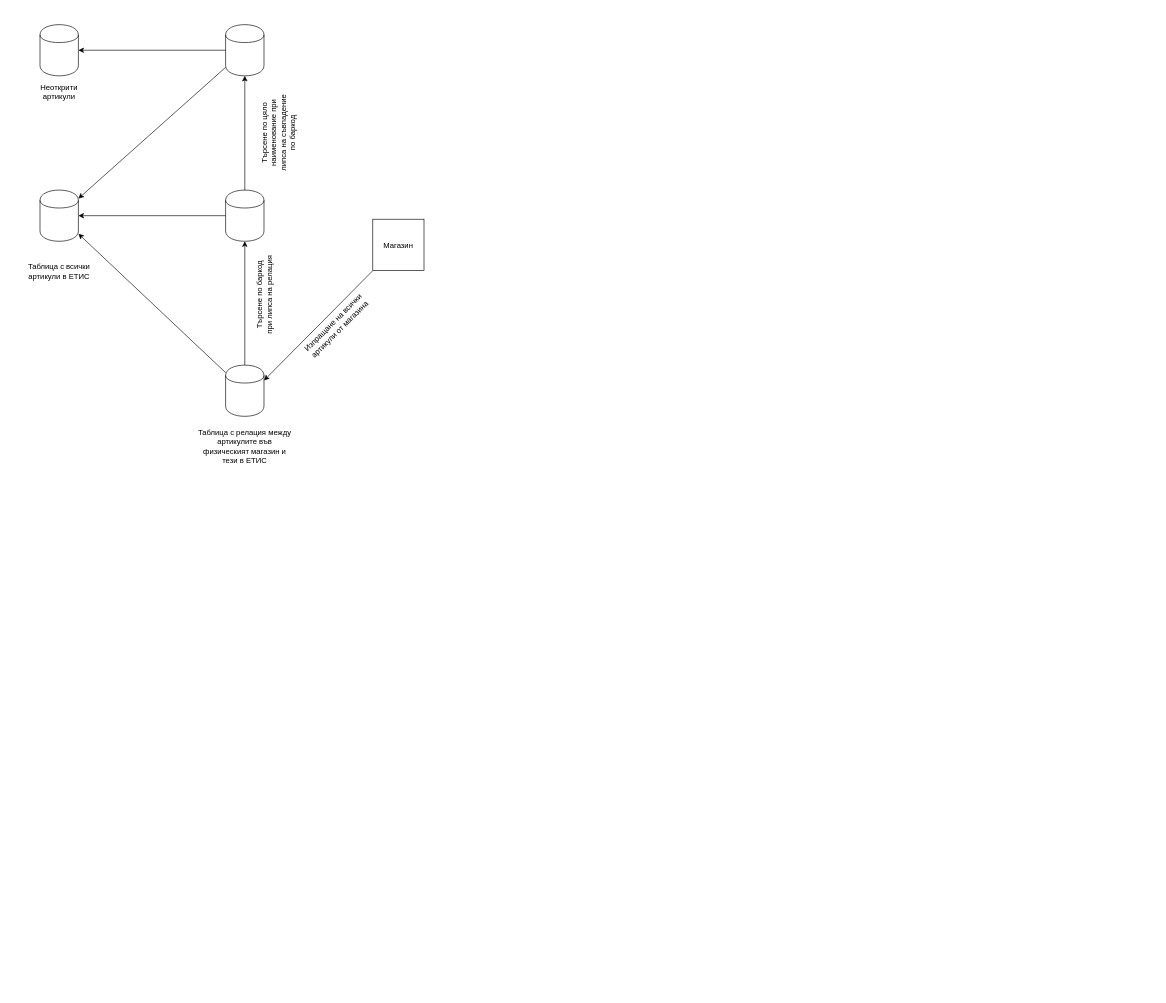
georgikolev7/etis-process-workflow keeps this draw.io diagram as Схема на ЕТИС.drawio. Above is the earlier version. Source tidied: cells renumbered, new cells numbered last; positions are measured from the earlier drawing's top-left corner, leaving out a move shared by most shapes. Both pictures are drawn from the tidied source at 64%, with x=0, y=0 at pixel (11, 24).
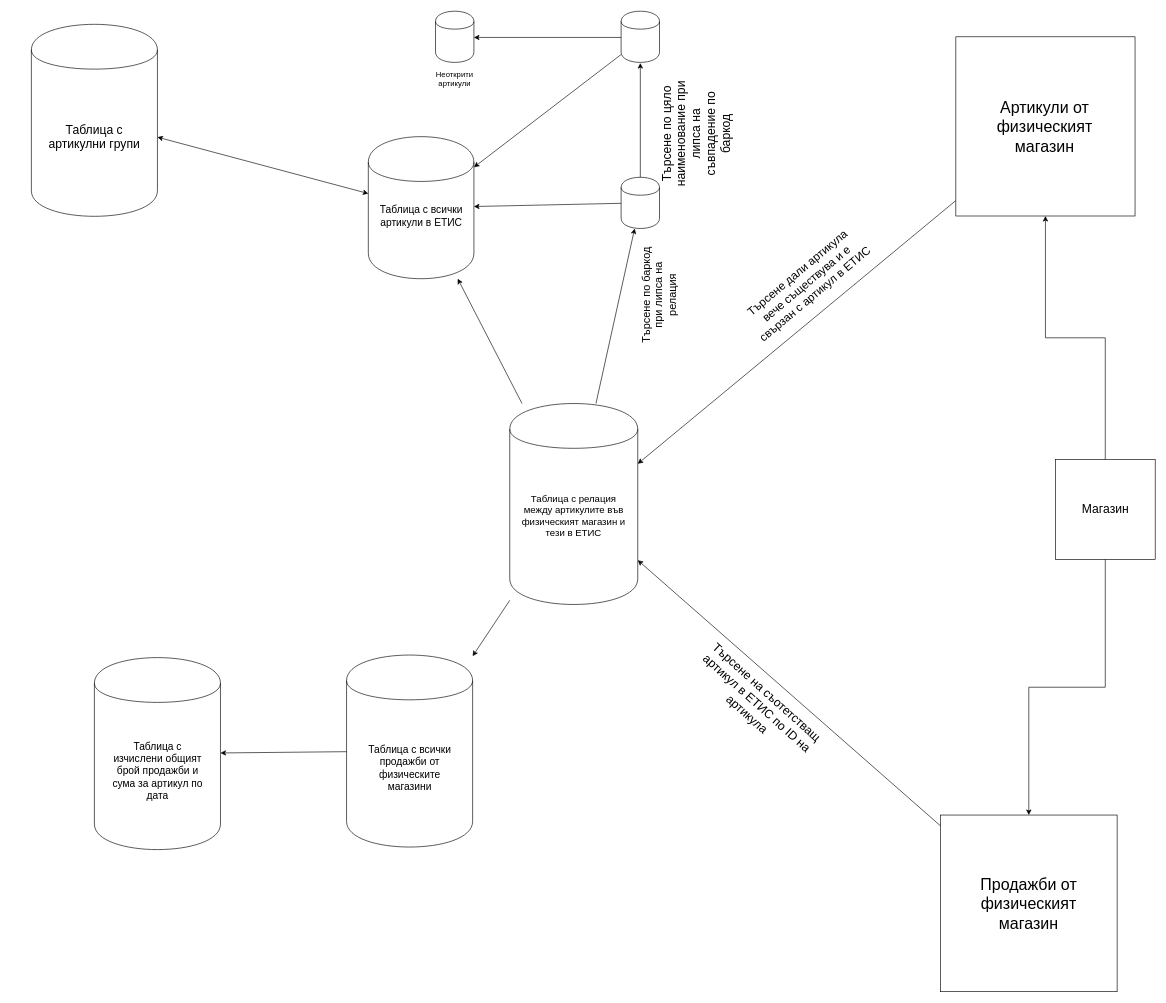
The same page after the edit.

Diff of the diagram source:
```diff
@@
     <mxCell id="2" style="whiteSpace=wrap;html=1;" parent="1" vertex="1">
-      <mxGeometry x="565" y="304" width="80" height="80" as="geometry" />
+      <mxGeometry x="1631.5" y="679.5" width="156" height="156" as="geometry" />
     </mxCell>
+    <mxCell id="22" style="edgeStyle=orthogonalEdgeStyle;rounded=0;jettySize=auto;html=1;" parent="1" edge="1" source="2" target="23">
+      <mxGeometry relative="1" as="geometry" />
+    </mxCell>
-    <mxCell id="3" value="Магазин&lt;br&gt;" style="text;html=1;strokeColor=none;fillColor=none;align=center;verticalAlign=middle;whiteSpace=wrap;rounded=0;" parent="1" vertex="1">
-      <mxGeometry x="585" y="334.5" width="40" height="20" as="geometry" />
+    <mxCell id="3" value="Магазин&lt;br style=&quot;font-size: 19px;&quot;&gt;" style="text;html=1;strokeColor=none;fillColor=none;align=center;verticalAlign=middle;whiteSpace=wrap;rounded=0;fontSize=19;" parent="1" vertex="1">
+      <mxGeometry x="1689.5" y="747" width="40" height="20" as="geometry" />
     </mxCell>
     <mxCell id="4" style="shape=cylinder;whiteSpace=wrap;html=1;boundedLbl=1;backgroundOutline=1;" parent="1" vertex="1">
-      <mxGeometry x="335" y="532" width="60" height="80" as="geometry" />
+      <mxGeometry x="779" y="592" width="200" height="314" as="geometry" />
     </mxCell>
-    <mxCell id="5" value="Таблица с релация между артикулите във физическият магазин и тези в ЕТИС&lt;br&gt;" style="text;html=1;strokeColor=none;fillColor=none;align=center;verticalAlign=middle;whiteSpace=wrap;rounded=0;" parent="1" vertex="1">
-      <mxGeometry x="290" y="649" width="150" height="20" as="geometry" />
+    <mxCell id="5" value="Таблица с релация между артикулите във физическият магазин и тези в ЕТИС&lt;br style=&quot;font-size: 15px;&quot;&gt;" style="text;html=1;strokeColor=none;fillColor=none;align=center;verticalAlign=middle;whiteSpace=wrap;rounded=0;fontSize=15;" parent="1" vertex="1">
+      <mxGeometry x="790" y="757" width="178" height="20" as="geometry" />
     </mxCell>
     <mxCell id="6" style="shape=cylinder;whiteSpace=wrap;html=1;boundedLbl=1;backgroundOutline=1;" parent="1" vertex="1">
-      <mxGeometry x="335" y="258.5" width="60" height="80" as="geometry" />
+      <mxGeometry x="953" y="238.5" width="60" height="80" as="geometry" />
     </mxCell>
     <mxCell id="7" style="shape=cylinder;whiteSpace=wrap;html=1;boundedLbl=1;backgroundOutline=1;" parent="1" vertex="1">
-      <mxGeometry x="335" width="60" height="80" as="geometry" />
+      <mxGeometry x="953" y="-21" width="60" height="80" as="geometry" />
     </mxCell>
-    <mxCell id="8" style="endArrow=classic;html=1;entryX=1;entryY=0.3;entryDx=0;entryDy=0;" parent="1" edge="1" source="2" target="4">
+    <mxCell id="8" style="endArrow=classic;html=1;entryX=1;entryY=0.3;entryDx=0;entryDy=0;" parent="1" edge="1" source="23" target="4">
       <mxGeometry relative="1" as="geometry" />
     </mxCell>
@@
     <mxCell id="10" style="shape=cylinder;whiteSpace=wrap;html=1;boundedLbl=1;backgroundOutline=1;" parent="1" vertex="1">
-      <mxGeometry x="45" y="258.5" width="60" height="80" as="geometry" />
+      <mxGeometry x="558" y="175" width="165" height="222" as="geometry" />
     </mxCell>
-    <mxCell id="11" value="Таблица с всички артикули в ЕТИС&lt;br&gt;" style="text;html=1;strokeColor=none;fillColor=none;align=center;verticalAlign=middle;whiteSpace=wrap;rounded=0;" parent="1" vertex="1">
-      <mxGeometry y="375.5" width="150" height="20" as="geometry" />
+    <mxCell id="11" value="Таблица с всички артикули в ЕТИС&lt;br style=&quot;font-size: 16px;&quot;&gt;" style="text;html=1;strokeColor=none;fillColor=none;align=center;verticalAlign=middle;whiteSpace=wrap;rounded=0;fontSize=16;" parent="1" vertex="1">
+      <mxGeometry x="566" y="289" width="150" height="20" as="geometry" />
     </mxCell>
-    <mxCell id="12" value="Изпращане на всички артикули от магазина&lt;br&gt;" style="text;html=1;strokeColor=none;fillColor=none;align=center;verticalAlign=middle;whiteSpace=wrap;rounded=0;rotation=-45;" parent="1" vertex="1">
-      <mxGeometry x="443.5" y="457.5" width="129" height="27" as="geometry" />
+    <mxCell id="12" value="Търсене дали артикула вече съществува и е свързан с артикул в ЕТИС&lt;br style=&quot;font-size: 18px&quot;&gt;" style="text;html=1;strokeColor=none;fillColor=none;align=center;verticalAlign=middle;whiteSpace=wrap;rounded=0;rotation=320;fontSize=18;" parent="1" vertex="1">
+      <mxGeometry x="1132" y="365" width="222" height="80" as="geometry" />
     </mxCell>
@@
-    <mxCell id="15" style="endArrow=classic;html=1;" parent="1" edge="1" source="7" target="10">
-      <mxGeometry relative="1" as="geometry" />
+    <mxCell id="15" style="endArrow=classic;html=1;" parent="1" edge="1" target="10">
+      <mxGeometry relative="1" as="geometry">
+        <mxPoint x="953" y="46.7" as="sourcePoint" />
+      </mxGeometry>
     </mxCell>
-    <mxCell id="16" style="endArrow=classic;html=1;" parent="1" edge="1" source="6" target="7">
-      <mxGeometry relative="1" as="geometry" />
+    <mxCell id="16" style="endArrow=classic;html=1;" parent="1" edge="1" source="6">
+      <mxGeometry relative="1" as="geometry">
+        <mxPoint x="983" y="60" as="targetPoint" />
+      </mxGeometry>
     </mxCell>
-    <mxCell id="17" value="Търсене по баркод при липса на релация&lt;br&gt;" style="text;html=1;strokeColor=none;fillColor=none;align=center;verticalAlign=middle;whiteSpace=wrap;rounded=0;rotation=-90;" parent="1" vertex="1">
-      <mxGeometry x="330.5" y="409" width="129" height="27" as="geometry" />
+    <mxCell id="17" value="Търсене по баркод при липса на релация&lt;br style=&quot;font-size: 17px;&quot;&gt;" style="text;html=1;strokeColor=none;fillColor=none;align=center;verticalAlign=middle;whiteSpace=wrap;rounded=0;rotation=-90;fontSize=17;" parent="1" vertex="1">
+      <mxGeometry x="928" y="409" width="169" height="27" as="geometry" />
     </mxCell>
-    <mxCell id="18" value="Търсене по цяло наименование при липса на съвпадение по баркод&lt;br&gt;" style="text;html=1;strokeColor=none;fillColor=none;align=center;verticalAlign=middle;whiteSpace=wrap;rounded=0;rotation=-90;" parent="1" vertex="1">
-      <mxGeometry x="352.5" y="156" width="129" height="27" as="geometry" />
+    <mxCell id="18" value="Търсене по цяло наименование при липса на съвпадение по баркод&lt;br style=&quot;font-size: 19px;&quot;&gt;" style="text;html=1;strokeColor=none;fillColor=none;align=center;verticalAlign=middle;whiteSpace=wrap;rounded=0;rotation=-90;fontSize=19;" parent="1" vertex="1">
+      <mxGeometry x="985" y="121" width="171" height="99" as="geometry" />
     </mxCell>
     <mxCell id="19" style="shape=cylinder;whiteSpace=wrap;html=1;boundedLbl=1;backgroundOutline=1;" parent="1" vertex="1">
-      <mxGeometry x="45" width="60" height="80" as="geometry" />
+      <mxGeometry x="663" y="-21" width="60" height="80" as="geometry" />
     </mxCell>
-    <mxCell id="20" style="endArrow=classic;html=1;" parent="1" edge="1" source="7" target="19">
-      <mxGeometry relative="1" as="geometry" />
+    <mxCell id="20" style="endArrow=classic;html=1;" parent="1" edge="1">
+      <mxGeometry relative="1" as="geometry">
+        <mxPoint x="953" y="20" as="sourcePoint" />
+        <mxPoint x="723" y="20" as="targetPoint" />
+      </mxGeometry>
     </mxCell>
     <mxCell id="21" value="Неоткрити артикули&lt;br&gt;" style="text;html=1;strokeColor=none;fillColor=none;align=center;verticalAlign=middle;whiteSpace=wrap;rounded=0;" parent="1" vertex="1">
-      <mxGeometry x="55" y="95" width="40" height="20" as="geometry" />
+      <mxGeometry x="673" y="75" width="40" height="20" as="geometry" />
     </mxCell>
+    <mxCell id="23" style="whiteSpace=wrap;html=1;" parent="1" vertex="1">
+      <mxGeometry x="1476" y="19" width="280" height="280" as="geometry" />
+    </mxCell>
+    <mxCell id="24" value="Артикули от физическият магазин&lt;br style=&quot;font-size: 25px;&quot;&gt;" style="text;html=1;strokeColor=none;fillColor=none;align=center;verticalAlign=middle;whiteSpace=wrap;rounded=0;fontSize=25;" parent="1" vertex="1">
+      <mxGeometry x="1553.5" y="149" width="122" height="20" as="geometry" />
+    </mxCell>
+    <mxCell id="25" style="whiteSpace=wrap;html=1;" parent="1" vertex="1">
+      <mxGeometry x="1452" y="1235" width="276" height="276" as="geometry" />
+    </mxCell>
+    <mxCell id="26" value="Продажби&amp;nbsp;от физическият магазин&lt;br style=&quot;font-size: 25px;&quot;&gt;" style="text;html=1;strokeColor=none;fillColor=none;align=center;verticalAlign=middle;whiteSpace=wrap;rounded=0;fontSize=25;" parent="1" vertex="1">
+      <mxGeometry x="1529" y="1363" width="122" height="20" as="geometry" />
+    </mxCell>
+    <mxCell id="27" style="edgeStyle=orthogonalEdgeStyle;rounded=0;jettySize=auto;html=1;exitX=0.5;exitY=1;exitDx=0;exitDy=0;" parent="1" edge="1" source="2" target="25">
+      <mxGeometry relative="1" as="geometry" />
+    </mxCell>
+    <mxCell id="28" style="shape=cylinder;whiteSpace=wrap;html=1;boundedLbl=1;backgroundOutline=1;" parent="1" vertex="1">
+      <mxGeometry x="524" y="985" width="197" height="300" as="geometry" />
+    </mxCell>
+    <mxCell id="29" value="Таблица с всички продажби от физическите магазини&lt;br style=&quot;font-size: 16px&quot;&gt;" style="text;html=1;strokeColor=none;fillColor=none;align=center;verticalAlign=middle;whiteSpace=wrap;rounded=0;fontSize=16;" parent="1" vertex="1">
+      <mxGeometry x="547.5" y="1151.5" width="150" height="20" as="geometry" />
+    </mxCell>
+    <mxCell id="30" style="endArrow=classic;html=1;fontSize=13;" parent="1" edge="1" source="25" target="4">
+      <mxGeometry relative="1" as="geometry" />
+    </mxCell>
+    <mxCell id="31" style="endArrow=classic;html=1;fontSize=13;" parent="1" edge="1" source="4" target="28">
+      <mxGeometry relative="1" as="geometry" />
+    </mxCell>
+    <mxCell id="32" value="Търсене на съотетстващ артикул в ЕТИС по ID на артикула" style="text;html=1;strokeColor=none;fillColor=none;align=center;verticalAlign=middle;whiteSpace=wrap;rounded=0;fontSize=19;rotation=42;" parent="1" vertex="1">
+      <mxGeometry x="1041" y="1051" width="248" height="20" as="geometry" />
+    </mxCell>
+    <mxCell id="33" style="shape=cylinder;whiteSpace=wrap;html=1;boundedLbl=1;backgroundOutline=1;" parent="1" vertex="1">
+      <mxGeometry x="130" y="989" width="197" height="300" as="geometry" />
+    </mxCell>
+    <mxCell id="34" value="Таблица с изчислени общият брой продажби и сума за артикул по дата&lt;br style=&quot;font-size: 16px&quot;&gt;" style="text;html=1;strokeColor=none;fillColor=none;align=center;verticalAlign=middle;whiteSpace=wrap;rounded=0;fontSize=16;" parent="1" vertex="1">
+      <mxGeometry x="153.5" y="1155.5" width="150" height="20" as="geometry" />
+    </mxCell>
+    <mxCell id="35" style="endArrow=classic;html=1;fontSize=19;" parent="1" edge="1" source="28" target="33">
+      <mxGeometry relative="1" as="geometry" />
+    </mxCell>
+    <mxCell id="36" style="shape=cylinder;whiteSpace=wrap;html=1;boundedLbl=1;backgroundOutline=1;" parent="1" vertex="1">
+      <mxGeometry x="31.5" y="-0.5" width="197" height="300" as="geometry" />
+    </mxCell>
+    <mxCell id="37" value="Таблица с артикулни групи&lt;br style=&quot;font-size: 19px;&quot;&gt;" style="text;html=1;strokeColor=none;fillColor=none;align=center;verticalAlign=middle;whiteSpace=wrap;rounded=0;fontSize=19;" parent="1" vertex="1">
+      <mxGeometry x="55" y="166" width="150" height="20" as="geometry" />
+    </mxCell>
+    <mxCell id="38" style="endArrow=classic;startArrow=classic;html=1;fontSize=19;" parent="1" edge="1" source="36" target="10">
+      <mxGeometry relative="1" as="geometry" />
+    </mxCell>
```
